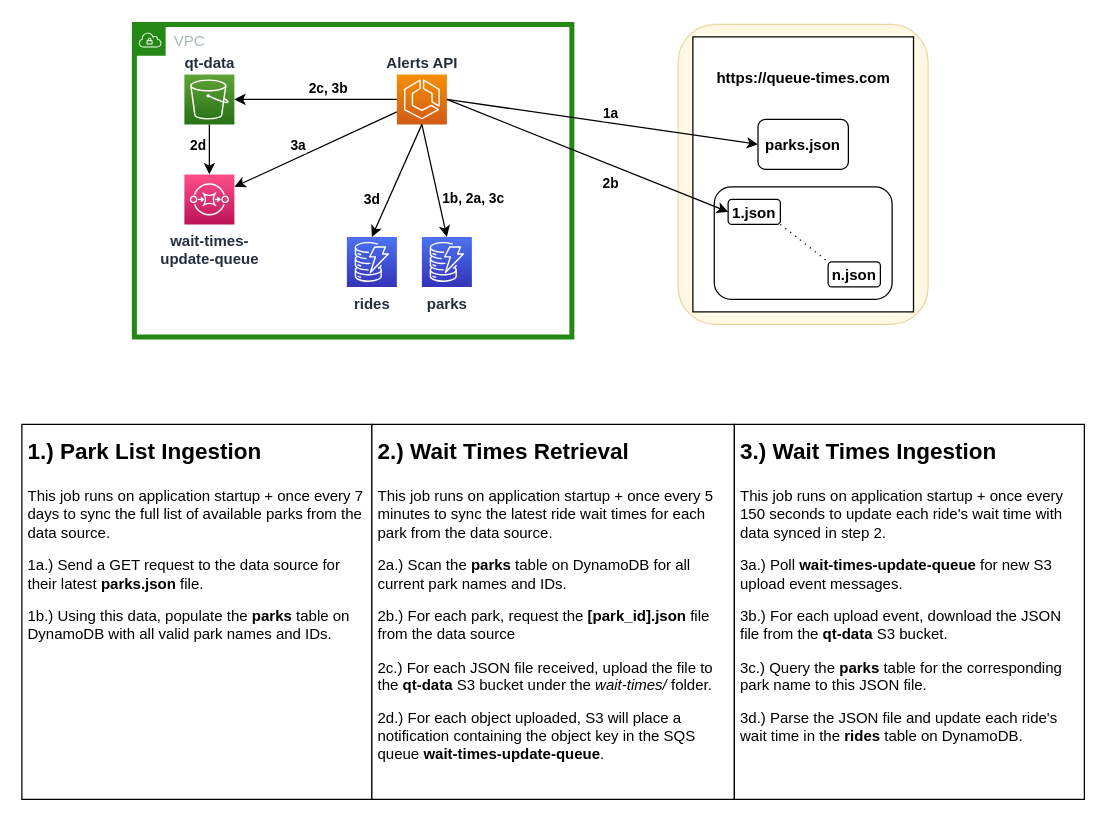
The draw.io diagram page "Data Ingestion Flow" (1 of 2) of docs/queue_times_app_diagram.drawio in caseyjohnsonwv/firewatch, before the edit. Source tidied: cells renumbered, new cells numbered last; positions are measured from the earlier drawing's top-left corner, leaving out a move shared by most shapes. Both pictures are drawn from the tidied source at 125%, with x=0, y=0 at pixel (21, 24).
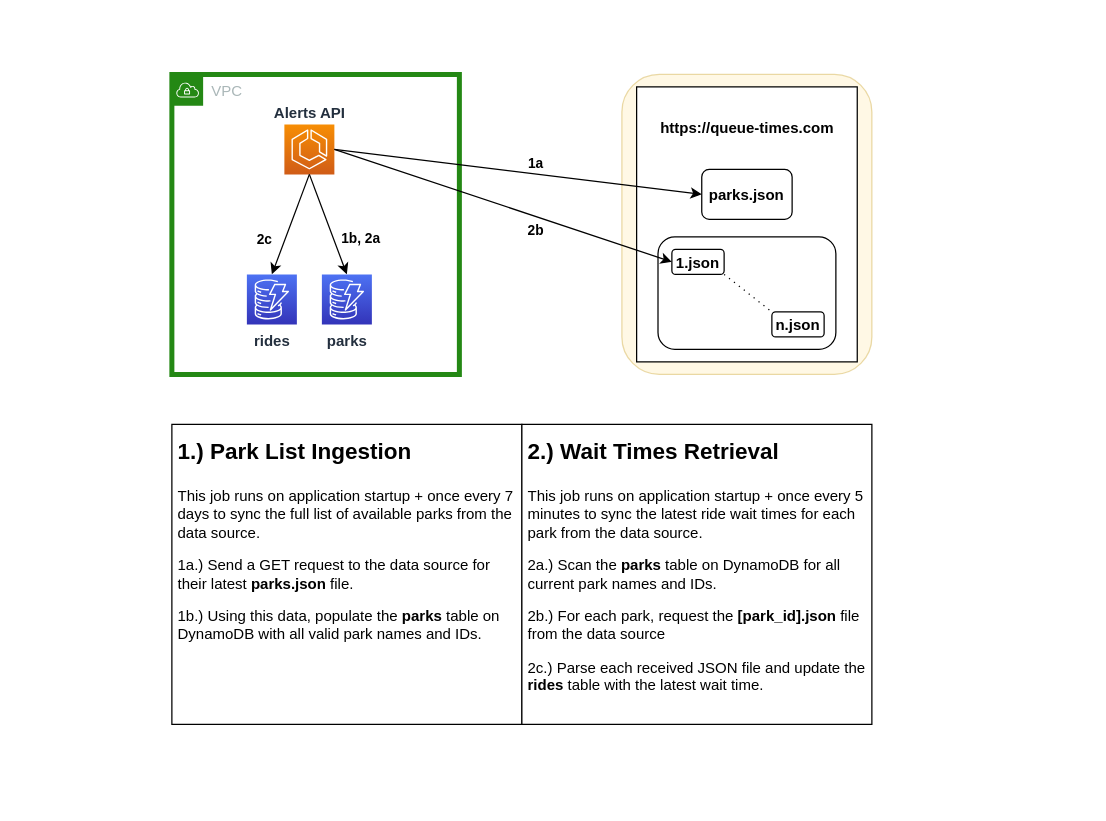
The same diagram, later.

The change refers to these unchanged cells:
```xml
<mxCell id="32" style="edgeStyle=none;rounded=0;jettySize=auto;html=1;exitX=0.5;exitY=1;exitDx=0;exitDy=0;exitPerimeter=0;entryX=0.5;entryY=0;entryDx=0;entryDy=0;entryPerimeter=0;endArrow=classic;endFill=1;" parent="1" edge="1" source="12" target="30">
  <mxGeometry relative="1" as="geometry" />
</mxCell>
<mxCell id="34" style="edgeStyle=none;rounded=0;jettySize=auto;html=1;exitX=1;exitY=0.5;exitDx=0;exitDy=0;exitPerimeter=0;entryX=0;entryY=0.5;entryDx=0;entryDy=0;endArrow=classic;endFill=1;" parent="1" edge="1" source="12" target="19">
  <mxGeometry relative="1" as="geometry" />
</mxCell>
<mxCell id="36" style="edgeStyle=none;rounded=0;jettySize=auto;html=1;exitX=0.5;exitY=1;exitDx=0;exitDy=0;exitPerimeter=0;entryX=0.5;entryY=0;entryDx=0;entryDy=0;entryPerimeter=0;endArrow=classic;endFill=1;" parent="1" edge="1" source="12" target="31">
  <mxGeometry relative="1" as="geometry" />
</mxCell>
<mxCell id="38" style="edgeStyle=none;rounded=0;jettySize=auto;html=1;exitX=1;exitY=0.5;exitDx=0;exitDy=0;exitPerimeter=0;entryX=0;entryY=0.5;entryDx=0;entryDy=0;endArrow=classic;endFill=1;" parent="1" edge="1" source="12" target="23">
  <mxGeometry relative="1" as="geometry" />
</mxCell>
```

Change to the diagram source:
```diff
@@
     <mxCell id="2" style="group;" parent="1" vertex="1">
-      <mxGeometry y="320" width="280" height="300" as="geometry" />
+      <mxGeometry x="120" y="320" width="280" height="240" as="geometry" />
     </mxCell>
     <mxCell id="3" style="rounded=0;whiteSpace=wrap;html=1;" parent="2" vertex="1">
-      <mxGeometry width="280" height="300" as="geometry" />
+      <mxGeometry width="280" height="240" as="geometry" />
     </mxCell>
     <mxCell id="4" value="&lt;h1&gt;&lt;font style=&quot;font-size: 18px&quot;&gt;1.) Park List Ingestion&lt;/font&gt;&lt;/h1&gt;&lt;p&gt;This job runs on application startup + once every 7 days to sync the full list of available parks from the data source.&lt;/p&gt;&lt;p&gt;1a.) Send a GET request to the data source&amp;nbsp;for their latest&amp;nbsp;&lt;b&gt;parks.json&lt;/b&gt;&amp;nbsp;file.&lt;/p&gt;&lt;p&gt;1b.) Using this data, populate the &lt;b&gt;parks&lt;/b&gt;&amp;nbsp;table on DynamoDB with all valid park names and IDs.&lt;/p&gt;" style="text;html=1;strokeColor=none;fillColor=none;spacing=5;spacingTop=-20;whiteSpace=wrap;overflow=hidden;rounded=0;" parent="2" vertex="1">
-      <mxGeometry width="280" height="300" as="geometry" />
+      <mxGeometry width="280" height="240" as="geometry" />
     </mxCell>
     <mxCell id="5" style="group;" parent="1" vertex="1">
-      <mxGeometry x="280" y="320" width="290" height="300" as="geometry" />
+      <mxGeometry x="400" y="320" width="280" height="240" as="geometry" />
     </mxCell>
     <mxCell id="6" style="rounded=0;whiteSpace=wrap;html=1;" parent="5" vertex="1">
-      <mxGeometry width="290" height="300" as="geometry" />
+      <mxGeometry width="280" height="240" as="geometry" />
     </mxCell>
-    <mxCell id="7" value="&lt;h1&gt;&lt;font style=&quot;font-size: 18px&quot;&gt;2.) Wait Times Retrieval&lt;/font&gt;&lt;/h1&gt;&lt;p&gt;This job runs on application startup + once every 5 minutes to sync the latest ride wait times for each park from the data source.&lt;/p&gt;&lt;p&gt;2a.) Scan the &lt;b&gt;parks&lt;/b&gt;&amp;nbsp;table on DynamoDB for all current park names and IDs.&lt;/p&gt;&lt;p&gt;2b.) For each park, request the &lt;b&gt;[park_id].json&lt;/b&gt;&amp;nbsp;file from the data source&lt;/p&gt;&lt;p&gt;2c.) For each JSON file received, upload the file to the &lt;b&gt;qt-data&lt;/b&gt;&amp;nbsp;S3 bucket under the &lt;i&gt;wait-times/&lt;/i&gt;&amp;nbsp;folder.&lt;/p&gt;&lt;p&gt;2d.) For each object uploaded, S3 will place a notification containing the object key in the SQS queue&amp;nbsp;&lt;b&gt;wait-times-update-queue&lt;/b&gt;.&lt;/p&gt;" style="text;html=1;strokeColor=none;fillColor=none;spacing=5;spacingTop=-20;whiteSpace=wrap;overflow=hidden;rounded=0;" parent="5" vertex="1">
-      <mxGeometry width="290" height="300" as="geometry" />
+    <mxCell id="7" value="&lt;h1&gt;&lt;font style=&quot;font-size: 18px&quot;&gt;2.) Wait Times Retrieval&lt;/font&gt;&lt;/h1&gt;&lt;p&gt;This job runs on application startup + once every 5 minutes to sync the latest ride wait times for each park from the data source.&lt;/p&gt;&lt;p&gt;2a.) Scan the &lt;b&gt;parks&lt;/b&gt;&amp;nbsp;table on DynamoDB for all current park names and IDs.&lt;/p&gt;&lt;p&gt;2b.) For each park, request the &lt;b&gt;[park_id].json&lt;/b&gt;&amp;nbsp;file from the data source&lt;/p&gt;&lt;p&gt;2c.) Parse each received JSON file and update the &lt;b&gt;rides&lt;/b&gt;&amp;nbsp;table with the latest wait time.&lt;/p&gt;" style="text;html=1;strokeColor=none;fillColor=none;spacing=5;spacingTop=-20;whiteSpace=wrap;overflow=hidden;rounded=0;" parent="5" vertex="1">
+      <mxGeometry width="280" height="240" as="geometry" />
     </mxCell>
-    <mxCell id="8" style="group;" parent="1" vertex="1">
-      <mxGeometry x="570" y="320" width="280" height="300" as="geometry" />
-    </mxCell>
-    <mxCell id="9" style="rounded=0;whiteSpace=wrap;html=1;" parent="8" vertex="1">
-      <mxGeometry width="280" height="300" as="geometry" />
-    </mxCell>
-    <mxCell id="10" value="&lt;h1&gt;&lt;font style=&quot;font-size: 18px&quot;&gt;3.) Wait Times Ingestion&lt;/font&gt;&lt;/h1&gt;&lt;p&gt;This job runs on application startup + once every 150 seconds to update each ride's wait time with data synced in step 2.&lt;/p&gt;&lt;p&gt;3a.) Poll &lt;b&gt;wait-times-update-queue &lt;/b&gt;for new S3 upload event messages.&lt;/p&gt;&lt;p&gt;3b.) For each upload event, download the JSON file from the &lt;b&gt;qt-data&lt;/b&gt;&amp;nbsp;S3 bucket.&lt;/p&gt;&lt;p&gt;3c.) Query the &lt;b&gt;parks&lt;/b&gt;&amp;nbsp;table for the corresponding park name to this JSON&amp;nbsp;file.&lt;/p&gt;&lt;p&gt;3d.) Parse the JSON file and update each ride's wait time in the &lt;b&gt;rides&lt;/b&gt;&amp;nbsp;table on DynamoDB.&lt;/p&gt;" style="text;html=1;strokeColor=none;fillColor=none;spacing=5;spacingTop=-20;whiteSpace=wrap;overflow=hidden;rounded=0;" parent="8" vertex="1">
-      <mxGeometry width="280" height="300" as="geometry" />
-    </mxCell>
     <mxCell id="11" value="VPC" style="gradientColor=none;html=1;whiteSpace=wrap;fontSize=12;fontStyle=0;shape=mxgraph.aws4.group;grIcon=mxgraph.aws4.group_vpc;strokeColor=#248814;fillColor=none;verticalAlign=top;align=left;spacingLeft=30;fontColor=#AAB7B8;dashed=0;strokeWidth=4;" parent="1" vertex="1">
-      <mxGeometry x="90" width="350" height="250" as="geometry" />
+      <mxGeometry x="120" y="40" width="230" height="240" as="geometry" />
     </mxCell>
     <mxCell id="12" value="&lt;b&gt;Alerts API&lt;/b&gt;" style="sketch=0;points=[[0,0,0],[0.25,0,0],[0.5,0,0],[0.75,0,0],[1,0,0],[0,1,0],[0.25,1,0],[0.5,1,0],[0.75,1,0],[1,1,0],[0,0.25,0],[0,0.5,0],[0,0.75,0],[1,0.25,0],[1,0.5,0],[1,0.75,0]];outlineConnect=0;fontColor=#232F3E;gradientColor=#F78E04;gradientDirection=north;fillColor=#D05C17;strokeColor=#ffffff;dashed=0;verticalLabelPosition=top;verticalAlign=bottom;align=center;html=1;fontSize=12;fontStyle=0;shape=mxgraph.aws4.resourceIcon;resIcon=mxgraph.aws4.ecs;labelPosition=center;" parent="1" vertex="1">
-      <mxGeometry x="300" y="40" width="40" height="40" as="geometry" />
+      <mxGeometry x="210" y="80" width="40" height="40" as="geometry" />
     </mxCell>
-    <mxCell id="13" value="&lt;b&gt;qt-data&lt;/b&gt;" style="sketch=0;points=[[0,0,0],[0.25,0,0],[0.5,0,0],[0.75,0,0],[1,0,0],[0,1,0],[0.25,1,0],[0.5,1,0],[0.75,1,0],[1,1,0],[0,0.25,0],[0,0.5,0],[0,0.75,0],[1,0.25,0],[1,0.5,0],[1,0.75,0]];outlineConnect=0;fontColor=#232F3E;gradientColor=#60A337;gradientDirection=north;fillColor=#277116;strokeColor=#ffffff;dashed=0;verticalLabelPosition=top;verticalAlign=bottom;align=center;html=1;fontSize=12;fontStyle=0;shape=mxgraph.aws4.resourceIcon;resIcon=mxgraph.aws4.s3;labelBackgroundColor=none;labelPosition=center;" parent="1" vertex="1">
-      <mxGeometry x="130" y="40" width="40" height="40" as="geometry" />
-    </mxCell>
-    <mxCell id="14" style="edgeStyle=orthogonalEdgeStyle;rounded=0;jettySize=auto;html=1;exitX=0;exitY=0.5;exitDx=0;exitDy=0;exitPerimeter=0;entryX=1;entryY=0.5;entryDx=0;entryDy=0;entryPerimeter=0;endArrow=classic;endFill=1;" parent="1" edge="1" source="12" target="13">
-      <mxGeometry relative="1" as="geometry" />
-    </mxCell>
-    <mxCell id="15" value="&lt;b&gt;2c, 3b&lt;/b&gt;" style="edgeLabel;html=1;align=center;verticalAlign=middle;" parent="14" vertex="1">
-      <mxGeometry x="0.08" y="-1" relative="1" as="geometry">
-        <mxPoint x="14" y="-9" as="offset" />
-      </mxGeometry>
-    </mxCell>
     <mxCell id="16" style="rounded=1;whiteSpace=wrap;html=1;labelBackgroundColor=none;fontSize=12;strokeColor=#d6b656;strokeWidth=1;fillColor=#fff2cc;opacity=50;" parent="1" vertex="1">
-      <mxGeometry x="525" width="200" height="240" as="geometry" />
+      <mxGeometry x="480" y="40" width="200" height="240" as="geometry" />
     </mxCell>
     <mxCell id="17" style="group;opacity=50;" parent="1" vertex="1">
-      <mxGeometry x="536.8" y="10" width="176.5" height="220" as="geometry" />
+      <mxGeometry x="491.8" y="50" width="176.5" height="220" as="geometry" />
     </mxCell>
@@
-    <mxCell id="25" value="&lt;b&gt;wait-times-&lt;br&gt;update-queue&lt;/b&gt;" style="sketch=0;points=[[0,0,0],[0.25,0,0],[0.5,0,0],[0.75,0,0],[1,0,0],[0,1,0],[0.25,1,0],[0.5,1,0],[0.75,1,0],[1,1,0],[0,0.25,0],[0,0.5,0],[0,0.75,0],[1,0.25,0],[1,0.5,0],[1,0.75,0]];outlineConnect=0;fontColor=#232F3E;gradientColor=#FF4F8B;gradientDirection=north;fillColor=#BC1356;strokeColor=#ffffff;dashed=0;verticalLabelPosition=bottom;verticalAlign=top;align=center;html=1;fontSize=12;fontStyle=0;shape=mxgraph.aws4.resourceIcon;resIcon=mxgraph.aws4.sqs;" parent="1" vertex="1">
-      <mxGeometry x="130" y="120" width="40" height="40" as="geometry" />
-    </mxCell>
-    <mxCell id="26" style="edgeStyle=none;rounded=0;jettySize=auto;html=1;exitX=0;exitY=0.75;exitDx=0;exitDy=0;exitPerimeter=0;entryX=1;entryY=0.25;entryDx=0;entryDy=0;entryPerimeter=0;endArrow=classic;endFill=1;" parent="1" edge="1" source="12" target="25">
-      <mxGeometry relative="1" as="geometry" />
-    </mxCell>
-    <mxCell id="27" value="&lt;b&gt;3a&lt;/b&gt;" style="edgeLabel;html=1;align=center;verticalAlign=middle;" parent="26" vertex="1">
-      <mxGeometry x="-0.2" y="-2" relative="1" as="geometry">
-        <mxPoint x="-27" y="4" as="offset" />
-      </mxGeometry>
-    </mxCell>
-    <mxCell id="28" style="edgeStyle=none;rounded=0;jettySize=auto;html=1;exitX=0.5;exitY=1;exitDx=0;exitDy=0;exitPerimeter=0;entryX=0.5;entryY=0;entryDx=0;entryDy=0;entryPerimeter=0;endArrow=classic;endFill=1;" parent="1" edge="1" source="13" target="25">
-      <mxGeometry relative="1" as="geometry" />
-    </mxCell>
-    <mxCell id="29" value="&lt;b&gt;2d&lt;/b&gt;" style="edgeLabel;html=1;align=center;verticalAlign=middle;" parent="28" vertex="1">
-      <mxGeometry x="-0.45" y="1" relative="1" as="geometry">
-        <mxPoint x="-11" y="5" as="offset" />
-      </mxGeometry>
-    </mxCell>
     <mxCell id="30" value="&lt;b&gt;rides&lt;/b&gt;" style="sketch=0;points=[[0,0,0],[0.25,0,0],[0.5,0,0],[0.75,0,0],[1,0,0],[0,1,0],[0.25,1,0],[0.5,1,0],[0.75,1,0],[1,1,0],[0,0.25,0],[0,0.5,0],[0,0.75,0],[1,0.25,0],[1,0.5,0],[1,0.75,0]];outlineConnect=0;fontColor=#232F3E;gradientColor=#4D72F3;gradientDirection=north;fillColor=#3334B9;strokeColor=#ffffff;dashed=0;verticalLabelPosition=bottom;verticalAlign=top;align=center;html=1;fontSize=12;fontStyle=0;shape=mxgraph.aws4.resourceIcon;resIcon=mxgraph.aws4.dynamodb;" parent="1" vertex="1">
-      <mxGeometry x="260" y="170" width="40" height="40" as="geometry" />
+      <mxGeometry x="180" y="200" width="40" height="40" as="geometry" />
     </mxCell>
     <mxCell id="31" value="&lt;b&gt;parks&lt;/b&gt;" style="sketch=0;points=[[0,0,0],[0.25,0,0],[0.5,0,0],[0.75,0,0],[1,0,0],[0,1,0],[0.25,1,0],[0.5,1,0],[0.75,1,0],[1,1,0],[0,0.25,0],[0,0.5,0],[0,0.75,0],[1,0.25,0],[1,0.5,0],[1,0.75,0]];outlineConnect=0;fontColor=#232F3E;gradientColor=#4D72F3;gradientDirection=north;fillColor=#3334B9;strokeColor=#ffffff;dashed=0;verticalLabelPosition=bottom;verticalAlign=top;align=center;html=1;fontSize=12;fontStyle=0;shape=mxgraph.aws4.resourceIcon;resIcon=mxgraph.aws4.dynamodb;" parent="1" vertex="1">
-      <mxGeometry x="320" y="170" width="40" height="40" as="geometry" />
+      <mxGeometry x="240" y="200" width="40" height="40" as="geometry" />
     </mxCell>
@@
-    <mxCell id="33" value="&lt;b&gt;3d&lt;/b&gt;" style="edgeLabel;html=1;align=center;verticalAlign=middle;" parent="32" vertex="1">
+    <mxCell id="33" value="&lt;b&gt;2c&lt;/b&gt;" style="edgeLabel;html=1;align=center;verticalAlign=middle;" parent="32" vertex="1">
       <mxGeometry x="-0.25" y="2" relative="1" as="geometry">
-        <mxPoint x="-27" y="25" as="offset" />
+        <mxPoint x="-27" y="21" as="offset" />
       </mxGeometry>
     </mxCell>
@@
     <mxCell id="35" value="&lt;b&gt;1a&lt;/b&gt;" style="edgeLabel;html=1;align=center;verticalAlign=middle;" parent="34" vertex="1">
       <mxGeometry x="0.11" y="-1" relative="1" as="geometry">
-        <mxPoint x="-8" y="-11" as="offset" />
+        <mxPoint x="-2" y="-10" as="offset" />
       </mxGeometry>
     </mxCell>
@@
-    <mxCell id="37" value="&lt;b&gt;1b, 2a, 3c&lt;/b&gt;" style="edgeLabel;html=1;align=center;verticalAlign=middle;" parent="36" vertex="1">
+    <mxCell id="37" value="&lt;b&gt;1b, 2a&lt;/b&gt;" style="edgeLabel;html=1;align=center;verticalAlign=middle;" parent="36" vertex="1">
       <mxGeometry x="0.19" y="-2" relative="1" as="geometry">
-        <mxPoint x="31" y="4" as="offset" />
+        <mxPoint x="24" y="2" as="offset" />
       </mxGeometry>
     </mxCell>
@@
     <mxCell id="39" value="2b" style="edgeLabel;html=1;align=center;verticalAlign=middle;fontStyle=1;" parent="38" vertex="1">
       <mxGeometry x="0.14" y="-1" relative="1" as="geometry">
-        <mxPoint x="3" y="14" as="offset" />
+        <mxPoint x="7" y="12" as="offset" />
       </mxGeometry>
     </mxCell>
```
